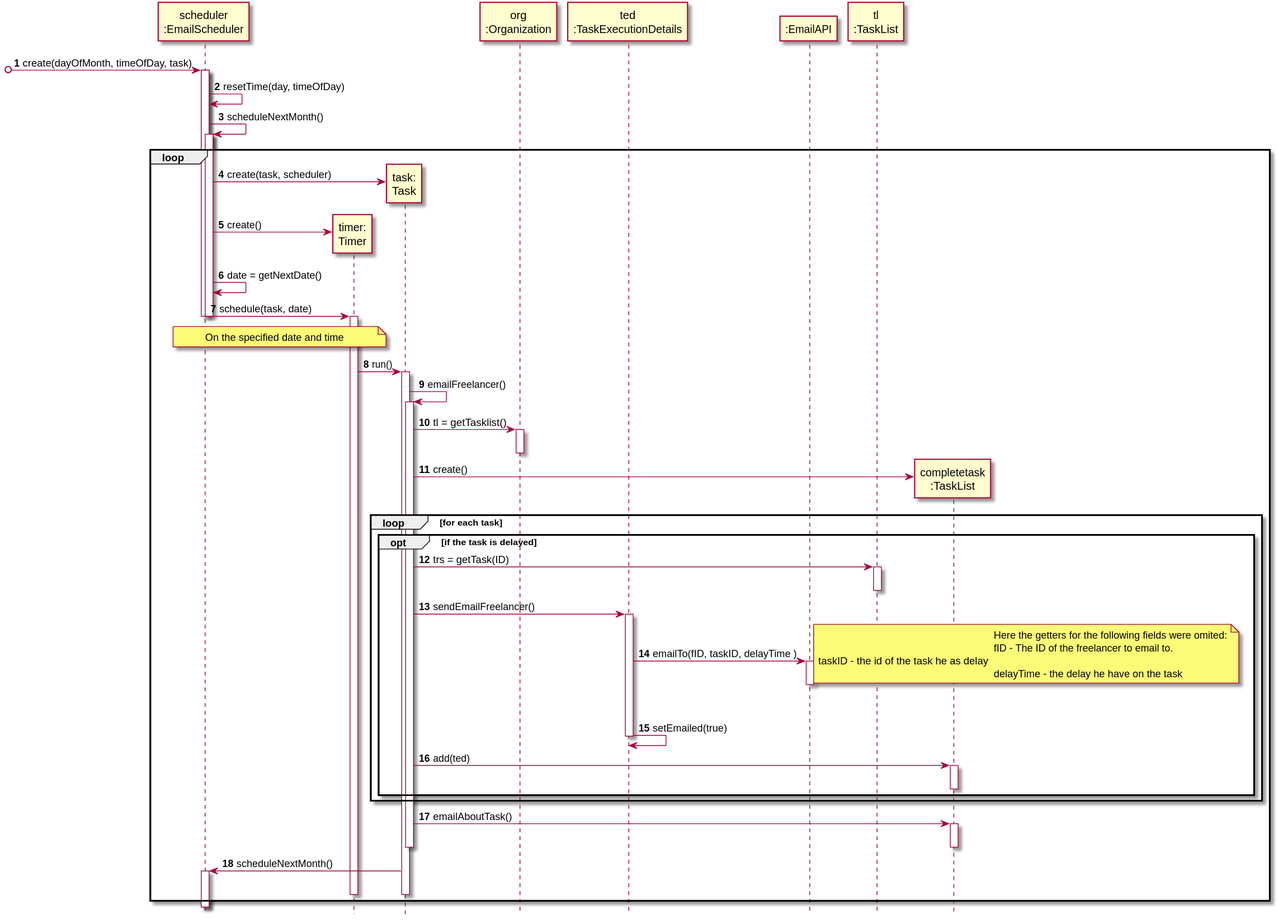
Before: docs/UC_10/UC10_SD.svg, a diagram exported from PlantUML (botelho-io/lapr2-2020-g029). The source it was exported from:
```plantuml
@startuml SD
autonumber
hide footbox

participant "scheduler\n:EmailScheduler" as SC
participant "timer:\nTimer" as TIMER
participant "task:\nTask" as TASK
participant "org\n:Organization" as org
participant "ted\n:TaskExecutionDetails" as ted
participant ":EmailAPI" as eapi
participant "tl\n:TaskList" as tl
participant "completetask\n:TaskList" as ct

[o-> SC : create(dayOfMonth, timeOfDay, task)
activate SC
        SC -> SC : resetTime(day, timeOfDay)
        SC -> SC : scheduleNextMonth()
loop
        activate SC
                SC -> TASK**  : create(task, scheduler)
                SC -> TIMER** : create()
                SC -> SC : date = getNextDate()
                SC ->TIMER: schedule(task, date)
        deactivate SC

deactivate SC
        activate TIMER
                note over SC,TIMER  : On the specified date and time
                TIMER->TASK:run()
                activate TASK
                        TASK->TASK: emailFreelancer()
                        activate TASK
                                TASK -> org : tl = getTasklist()
                                activate org
                                deactivate org
                                TASK -> ct ** : create()
                                loop for each task
                                        opt if the task is delayed
                                                TASK -> tl : trs = getTask(ID)
                                                activate tl
                                                deactivate tl
                                                TASK -> ted : sendEmailFreelancer()
                                                activate ted
                                                        ted -> eapi: emailTo(fID, taskID, delayTime )
                                                        activate eapi
                                                        deactivate eapi
                                                        note right
                                                                Here the getters for the following fields were omited:
                                                                fID - The ID of the freelancer to email to.
								taskID - the id of the task he as delay
                                                                delayTime - the delay he have on the task
                                                        end note
                                                        ted -> ted : setEmailed(true)
                                                deactivate ted
                                                TASK -> ct : add(ted)
                                                activate ct
                                                deactivate ct
                                        end
                                end
                                TASK -> ct : emailAboutTask()
                                activate ct
                                deactivate ct
                        deactivate TASK
                        TASK -> SC : scheduleNextMonth()
                        activate SC
                deactivate TASK
        deactivate TIMER
end


@enduml
```
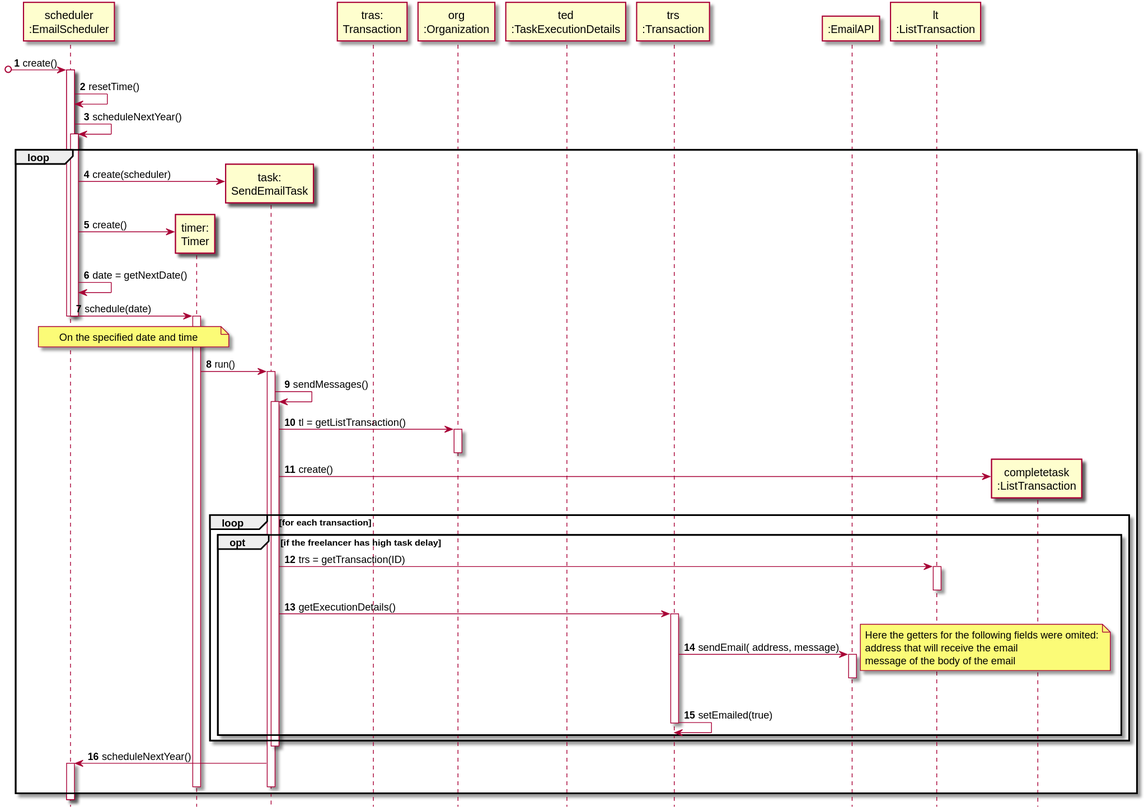
After the commit.

What changed in the source:
```diff
@@ -4,23 +4,25 @@
 
 participant "scheduler\n:EmailScheduler" as SC
 participant "timer:\nTimer" as TIMER
-participant "task:\nTask" as TASK
+participant "task:\nSendEmailTask" as TASK
+participant "tras:\nTransaction" as TRA
 participant "org\n:Organization" as org
 participant "ted\n:TaskExecutionDetails" as ted
+participant "trs\n:Transaction" as trs
 participant ":EmailAPI" as eapi
-participant "tl\n:TaskList" as tl
-participant "completetask\n:TaskList" as ct
+participant "lt\n:ListTransaction" as lt
+participant "completetask\n:ListTransaction" as ct
 
-[o-> SC : create(dayOfMonth, timeOfDay, task)
+[o-> SC : create()
 activate SC
-        SC -> SC : resetTime(day, timeOfDay)
-        SC -> SC : scheduleNextMonth()
+        SC -> SC : resetTime()
+        SC -> SC : scheduleNextYear()
 loop
         activate SC
-                SC -> TASK**  : create(task, scheduler)
+                SC -> TASK**  : create(scheduler)
                 SC -> TIMER** : create()
                 SC -> SC : date = getNextDate()
-                SC ->TIMER: schedule(task, date)
+                SC ->TIMER: schedule(date)
         deactivate SC
 
 deactivate SC
@@ -28,40 +30,33 @@
                 note over SC,TIMER  : On the specified date and time
                 TIMER->TASK:run()
                 activate TASK
-                        TASK->TASK: emailFreelancer()
+                        TASK->TASK: sendMessages()
                         activate TASK
-                                TASK -> org : tl = getTasklist()
+                                TASK -> org : tl = getListTransaction()
                                 activate org
                                 deactivate org
                                 TASK -> ct ** : create()
-                                loop for each task
-                                        opt if the task is delayed
-                                                TASK -> tl : trs = getTask(ID)
-                                                activate tl
-                                                deactivate tl
-                                                TASK -> ted : sendEmailFreelancer()
-                                                activate ted
-                                                        ted -> eapi: emailTo(fID, taskID, delayTime )
+                                loop for each transaction
+                                        opt if the freelancer has high task delay
+                                                TASK -> lt : trs = getTransaction(ID)
+                                                activate lt
+                                                deactivate lt
+                                                TASK -> trs : getExecutionDetails()
+                                                activate trs
+                                                        trs -> eapi: sendEmail( address, message)
                                                         activate eapi
                                                         deactivate eapi
                                                         note right
                                                                 Here the getters for the following fields were omited:
-                                                                fID - The ID of the freelancer to email to.
-								taskID - the id of the task he as delay
-                                                                delayTime - the delay he have on the task
+                                                                address that will receive the email
+                                                                message of the body of the email
                                                         end note
-                                                        ted -> ted : setEmailed(true)
-                                                deactivate ted
-                                                TASK -> ct : add(ted)
-                                                activate ct
-                                                deactivate ct
-                                        end
+                                                        trs-> trs : setEmailed(true)
+                                                deactivate trs
+                                                end
                                 end
-                                TASK -> ct : emailAboutTask()
-                                activate ct
-                                deactivate ct
                         deactivate TASK
-                        TASK -> SC : scheduleNextMonth()
+                        TASK -> SC : scheduleNextYear()
                         activate SC
                 deactivate TASK
         deactivate TIMER
```
